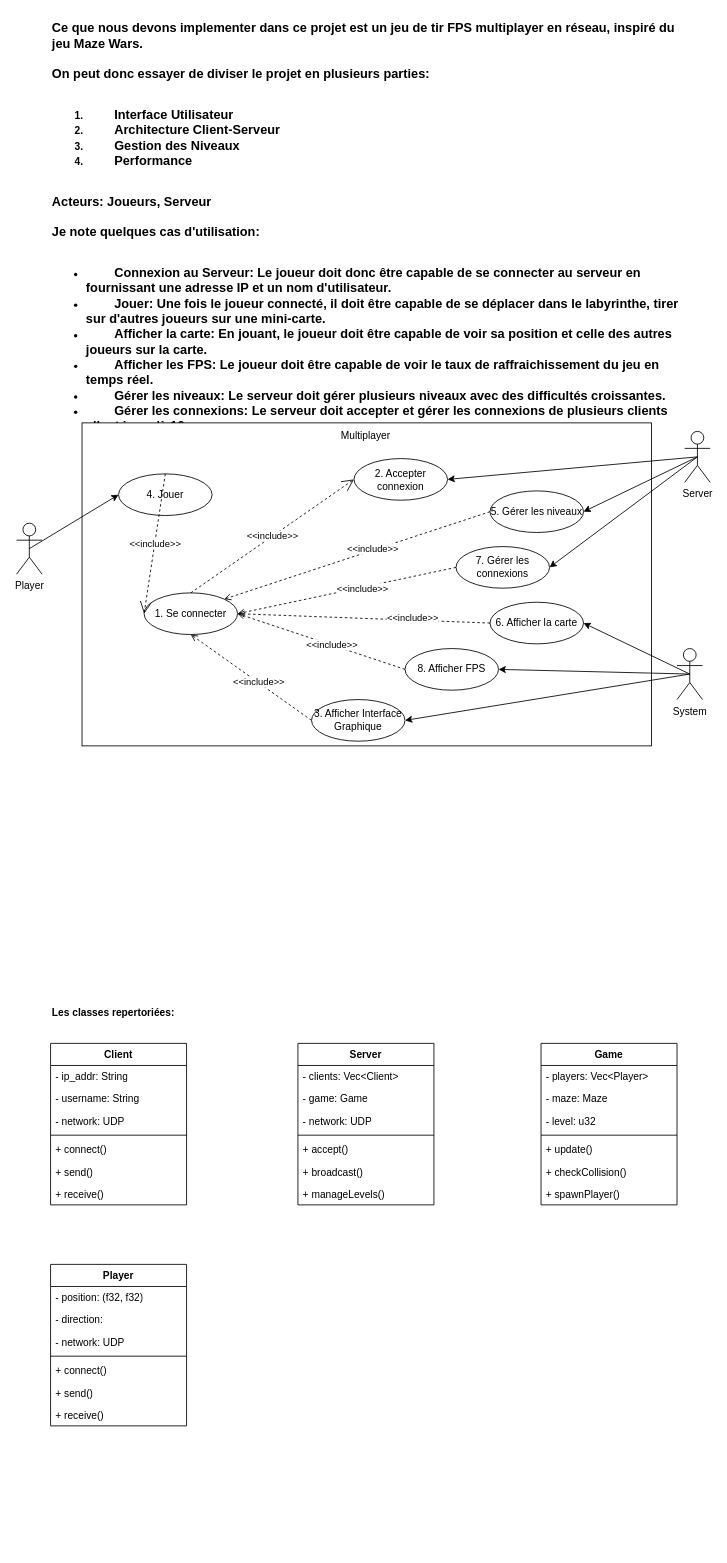
codinggoline/diagrams keeps this draw.io diagram as multiplayer.drawio. Above is the earlier version. Source tidied: cells renumbered, new cells numbered last; positions are measured from the earlier drawing's top-left corner, leaving out a move shared by most shapes. Both pictures are drawn from the tidied source at 85%, with x=0, y=0 at pixel (16, 14).
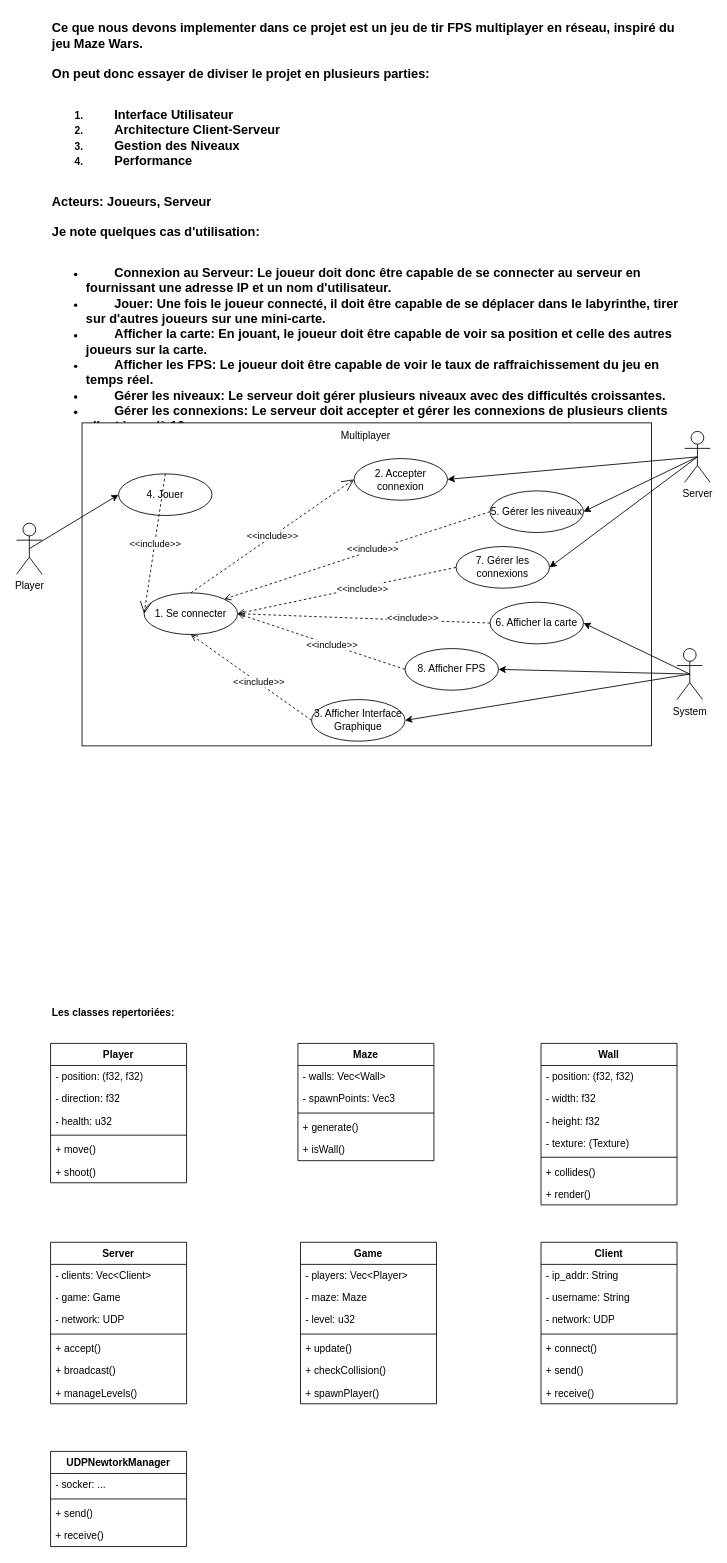
The same page after the edit.

Commit message:
Class in progress...

Diff of the diagram source:
```diff
@@
     <mxCell id="36" value="Client" style="swimlane;fontStyle=1;align=center;verticalAlign=top;horizontal=1;startSize=26;whiteSpace=wrap;html=1;" parent="1" vertex="1">
-      <mxGeometry x="40" y="1210" width="160" height="190" as="geometry" />
+      <mxGeometry x="617" y="1444" width="160" height="190" as="geometry" />
     </mxCell>
@@
     <mxCell id="44" value="Server" style="swimlane;fontStyle=1;align=center;verticalAlign=top;horizontal=1;startSize=26;whiteSpace=wrap;html=1;" parent="1" vertex="1">
-      <mxGeometry x="331" y="1210" width="160" height="190" as="geometry" />
+      <mxGeometry x="40" y="1444" width="160" height="190" as="geometry" />
     </mxCell>
@@
+    <mxCell id="60" value="Player" style="swimlane;fontStyle=1;align=center;verticalAlign=top;horizontal=1;startSize=26;whiteSpace=wrap;html=1;" parent="1" vertex="1">
+      <mxGeometry x="40" y="1210" width="160" height="164" as="geometry" />
+    </mxCell>
+    <mxCell id="61" value="- position: (f32, f32)" style="text;strokeColor=none;fillColor=none;align=left;verticalAlign=top;spacingLeft=4;spacingRight=4;overflow=hidden;whiteSpace=wrap;html=1;" parent="60" vertex="1">
+      <mxGeometry y="26" width="160" height="26" as="geometry" />
+    </mxCell>
+    <mxCell id="62" value="- direction: f32" style="text;strokeColor=none;fillColor=none;align=left;verticalAlign=top;spacingLeft=4;spacingRight=4;overflow=hidden;whiteSpace=wrap;html=1;" parent="60" vertex="1">
+      <mxGeometry y="52" width="160" height="26" as="geometry" />
+    </mxCell>
+    <mxCell id="63" value="- health: u32" style="text;strokeColor=none;fillColor=none;align=left;verticalAlign=top;spacingLeft=4;spacingRight=4;overflow=hidden;whiteSpace=wrap;html=1;" parent="60" vertex="1">
+      <mxGeometry y="78" width="160" height="26" as="geometry" />
+    </mxCell>
+    <mxCell id="64" style="line;strokeWidth=1;fillColor=none;align=left;verticalAlign=middle;spacingTop=-1;spacingLeft=3;spacingRight=3;labelPosition=right;strokeColor=inherit;" parent="60" vertex="1">
+      <mxGeometry y="104" width="160" height="8" as="geometry" />
+    </mxCell>
+    <mxCell id="65" value="+ move()" style="text;strokeColor=none;fillColor=none;align=left;verticalAlign=top;spacingLeft=4;spacingRight=4;overflow=hidden;whiteSpace=wrap;html=1;" parent="60" vertex="1">
+      <mxGeometry y="112" width="160" height="26" as="geometry" />
+    </mxCell>
+    <mxCell id="66" value="+ shoot()" style="text;strokeColor=none;fillColor=none;align=left;verticalAlign=top;spacingLeft=4;spacingRight=4;overflow=hidden;whiteSpace=wrap;html=1;" parent="60" vertex="1">
+      <mxGeometry y="138" width="160" height="26" as="geometry" />
+    </mxCell>
+    <mxCell id="68" value="Maze" style="swimlane;fontStyle=1;align=center;verticalAlign=top;horizontal=1;startSize=26;whiteSpace=wrap;html=1;" parent="1" vertex="1">
+      <mxGeometry x="331" y="1210" width="160" height="138" as="geometry" />
+    </mxCell>
+    <mxCell id="69" value="- walls: Vec&amp;lt;Wall&amp;gt;" style="text;strokeColor=none;fillColor=none;align=left;verticalAlign=top;spacingLeft=4;spacingRight=4;overflow=hidden;whiteSpace=wrap;html=1;" parent="68" vertex="1">
+      <mxGeometry y="26" width="160" height="26" as="geometry" />
+    </mxCell>
+    <mxCell id="70" value="- spawnPoints: Vec3" style="text;strokeColor=none;fillColor=none;align=left;verticalAlign=top;spacingLeft=4;spacingRight=4;overflow=hidden;whiteSpace=wrap;html=1;" parent="68" vertex="1">
+      <mxGeometry y="52" width="160" height="26" as="geometry" />
+    </mxCell>
+    <mxCell id="71" style="line;strokeWidth=1;fillColor=none;align=left;verticalAlign=middle;spacingTop=-1;spacingLeft=3;spacingRight=3;labelPosition=right;strokeColor=inherit;" parent="68" vertex="1">
+      <mxGeometry y="78" width="160" height="8" as="geometry" />
+    </mxCell>
+    <mxCell id="72" value="+ generate()" style="text;strokeColor=none;fillColor=none;align=left;verticalAlign=top;spacingLeft=4;spacingRight=4;overflow=hidden;whiteSpace=wrap;html=1;" parent="68" vertex="1">
+      <mxGeometry y="86" width="160" height="26" as="geometry" />
+    </mxCell>
+    <mxCell id="73" value="+ isWall()" style="text;strokeColor=none;fillColor=none;align=left;verticalAlign=top;spacingLeft=4;spacingRight=4;overflow=hidden;whiteSpace=wrap;html=1;" parent="68" vertex="1">
+      <mxGeometry y="112" width="160" height="26" as="geometry" />
+    </mxCell>
+    <mxCell id="74" value="UDPNewtorkManager" style="swimlane;fontStyle=1;align=center;verticalAlign=top;horizontal=1;startSize=26;whiteSpace=wrap;html=1;" parent="1" vertex="1">
+      <mxGeometry x="40" y="1690" width="160" height="112" as="geometry" />
+    </mxCell>
+    <mxCell id="75" value="- socker: ..." style="text;strokeColor=none;fillColor=none;align=left;verticalAlign=top;spacingLeft=4;spacingRight=4;overflow=hidden;whiteSpace=wrap;html=1;" parent="74" vertex="1">
+      <mxGeometry y="26" width="160" height="26" as="geometry" />
+    </mxCell>
+    <mxCell id="76" style="line;strokeWidth=1;fillColor=none;align=left;verticalAlign=middle;spacingTop=-1;spacingLeft=3;spacingRight=3;labelPosition=right;strokeColor=inherit;" parent="74" vertex="1">
+      <mxGeometry y="52" width="160" height="8" as="geometry" />
+    </mxCell>
+    <mxCell id="77" value="+ send()" style="text;strokeColor=none;fillColor=none;align=left;verticalAlign=top;spacingLeft=4;spacingRight=4;overflow=hidden;whiteSpace=wrap;html=1;" parent="74" vertex="1">
+      <mxGeometry y="60" width="160" height="26" as="geometry" />
+    </mxCell>
+    <mxCell id="67" value="+ receive()" style="text;strokeColor=none;fillColor=none;align=left;verticalAlign=top;spacingLeft=4;spacingRight=4;overflow=hidden;whiteSpace=wrap;html=1;" parent="74" vertex="1">
+      <mxGeometry y="86" width="160" height="26" as="geometry" />
+    </mxCell>
+    <mxCell id="78" value="Wall" style="swimlane;fontStyle=1;align=center;verticalAlign=top;horizontal=1;startSize=26;whiteSpace=wrap;html=1;" parent="1" vertex="1">
+      <mxGeometry x="617" y="1210" width="160" height="190" as="geometry" />
+    </mxCell>
+    <mxCell id="79" value="- position: (f32, f32)" style="text;strokeColor=none;fillColor=none;align=left;verticalAlign=top;spacingLeft=4;spacingRight=4;overflow=hidden;whiteSpace=wrap;html=1;" parent="78" vertex="1">
+      <mxGeometry y="26" width="160" height="26" as="geometry" />
+    </mxCell>
+    <mxCell id="80" value="- width: f32" style="text;strokeColor=none;fillColor=none;align=left;verticalAlign=top;spacingLeft=4;spacingRight=4;overflow=hidden;whiteSpace=wrap;html=1;" parent="78" vertex="1">
+      <mxGeometry y="52" width="160" height="26" as="geometry" />
+    </mxCell>
+    <mxCell id="81" value="- height: f32" style="text;strokeColor=none;fillColor=none;align=left;verticalAlign=top;spacingLeft=4;spacingRight=4;overflow=hidden;whiteSpace=wrap;html=1;" parent="78" vertex="1">
+      <mxGeometry y="78" width="160" height="26" as="geometry" />
+    </mxCell>
+    <mxCell id="82" value="- texture: (Texture)" style="text;strokeColor=none;fillColor=none;align=left;verticalAlign=top;spacingLeft=4;spacingRight=4;overflow=hidden;whiteSpace=wrap;html=1;" parent="78" vertex="1">
+      <mxGeometry y="104" width="160" height="26" as="geometry" />
+    </mxCell>
+    <mxCell id="83" style="line;strokeWidth=1;fillColor=none;align=left;verticalAlign=middle;spacingTop=-1;spacingLeft=3;spacingRight=3;labelPosition=right;strokeColor=inherit;" parent="78" vertex="1">
+      <mxGeometry y="130" width="160" height="8" as="geometry" />
+    </mxCell>
+    <mxCell id="84" value="+ collides()" style="text;strokeColor=none;fillColor=none;align=left;verticalAlign=top;spacingLeft=4;spacingRight=4;overflow=hidden;whiteSpace=wrap;html=1;" parent="78" vertex="1">
+      <mxGeometry y="138" width="160" height="26" as="geometry" />
+    </mxCell>
+    <mxCell id="85" value="+ render()" style="text;strokeColor=none;fillColor=none;align=left;verticalAlign=top;spacingLeft=4;spacingRight=4;overflow=hidden;whiteSpace=wrap;html=1;" parent="78" vertex="1">
+      <mxGeometry y="164" width="160" height="26" as="geometry" />
+    </mxCell>
     <mxCell id="52" value="Game" style="swimlane;fontStyle=1;align=center;verticalAlign=top;horizontal=1;startSize=26;whiteSpace=wrap;html=1;" parent="1" vertex="1">
-      <mxGeometry x="617" y="1210" width="160" height="190" as="geometry" />
+      <mxGeometry x="334" y="1444" width="160" height="190" as="geometry" />
     </mxCell>
@@
-    <mxCell id="60" value="Player" style="swimlane;fontStyle=1;align=center;verticalAlign=top;horizontal=1;startSize=26;whiteSpace=wrap;html=1;" parent="1" vertex="1">
-      <mxGeometry x="40" y="1470" width="160" height="190" as="geometry" />
-    </mxCell>
-    <mxCell id="61" value="- position: (f32, f32)" style="text;strokeColor=none;fillColor=none;align=left;verticalAlign=top;spacingLeft=4;spacingRight=4;overflow=hidden;whiteSpace=wrap;html=1;" parent="60" vertex="1">
-      <mxGeometry y="26" width="160" height="26" as="geometry" />
-    </mxCell>
-    <mxCell id="62" value="- direction: " style="text;strokeColor=none;fillColor=none;align=left;verticalAlign=top;spacingLeft=4;spacingRight=4;overflow=hidden;whiteSpace=wrap;html=1;" parent="60" vertex="1">
-      <mxGeometry y="52" width="160" height="26" as="geometry" />
-    </mxCell>
-    <mxCell id="63" value="- network: UDP" style="text;strokeColor=none;fillColor=none;align=left;verticalAlign=top;spacingLeft=4;spacingRight=4;overflow=hidden;whiteSpace=wrap;html=1;" parent="60" vertex="1">
-      <mxGeometry y="78" width="160" height="26" as="geometry" />
-    </mxCell>
-    <mxCell id="64" style="line;strokeWidth=1;fillColor=none;align=left;verticalAlign=middle;spacingTop=-1;spacingLeft=3;spacingRight=3;labelPosition=right;strokeColor=inherit;" parent="60" vertex="1">
-      <mxGeometry y="104" width="160" height="8" as="geometry" />
-    </mxCell>
-    <mxCell id="65" value="+ connect()" style="text;strokeColor=none;fillColor=none;align=left;verticalAlign=top;spacingLeft=4;spacingRight=4;overflow=hidden;whiteSpace=wrap;html=1;" parent="60" vertex="1">
-      <mxGeometry y="112" width="160" height="26" as="geometry" />
-    </mxCell>
-    <mxCell id="66" value="+ send()" style="text;strokeColor=none;fillColor=none;align=left;verticalAlign=top;spacingLeft=4;spacingRight=4;overflow=hidden;whiteSpace=wrap;html=1;" parent="60" vertex="1">
-      <mxGeometry y="138" width="160" height="26" as="geometry" />
-    </mxCell>
-    <mxCell id="67" value="+ receive()" style="text;strokeColor=none;fillColor=none;align=left;verticalAlign=top;spacingLeft=4;spacingRight=4;overflow=hidden;whiteSpace=wrap;html=1;" parent="60" vertex="1">
-      <mxGeometry y="164" width="160" height="26" as="geometry" />
-    </mxCell>
```
